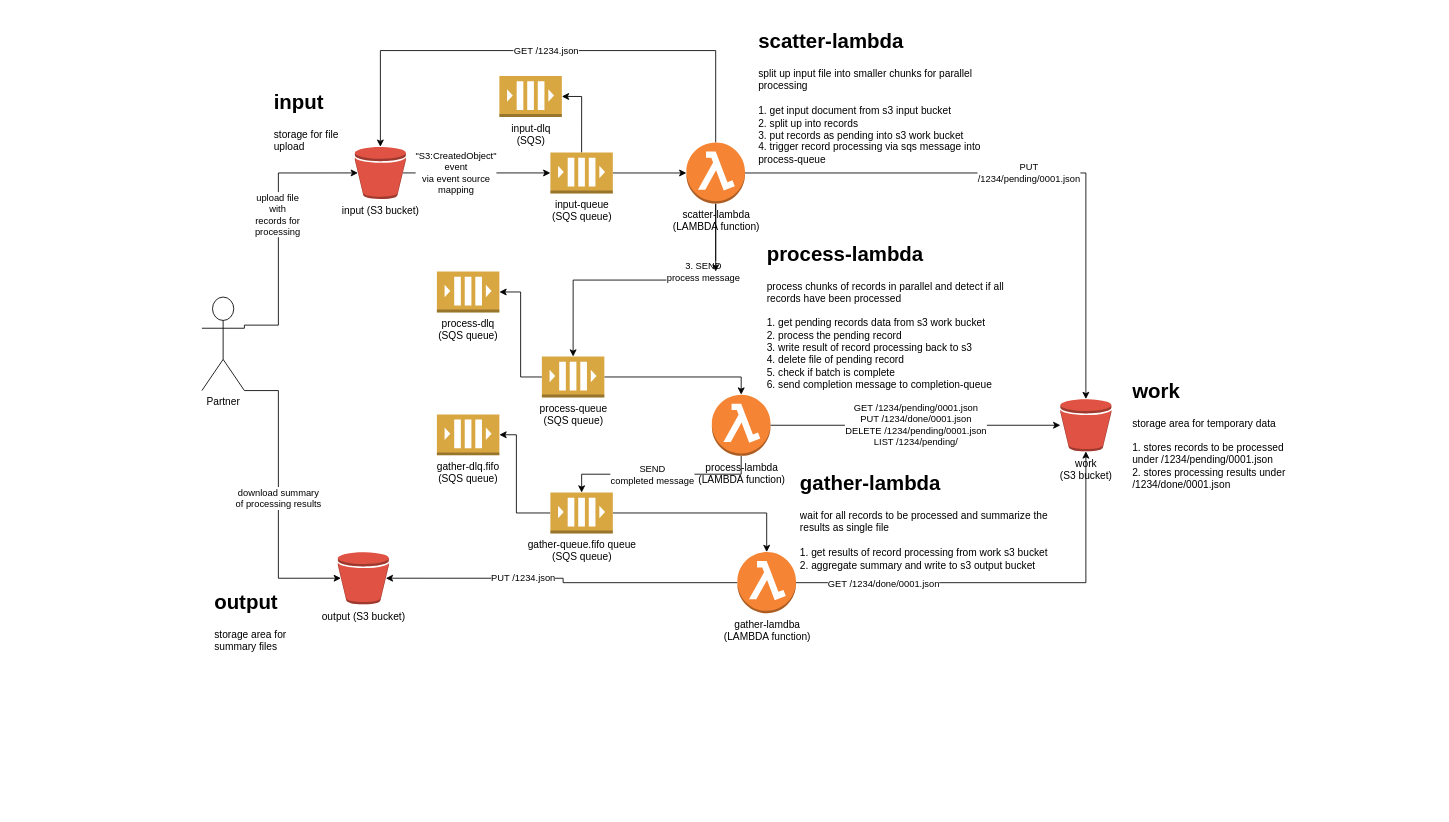
This is doc/s3-sqs-lambda-overview.drawio from cbuschka/aws-scatter-gather, a draw.io file, before an edit. Source tidied: cells renumbered, new cells numbered last; positions are measured from the earlier drawing's top-left corner, leaving out a move shared by most shapes. Both pictures are drawn from the tidied source at 85%, with x=0, y=0 at pixel (201, 25).
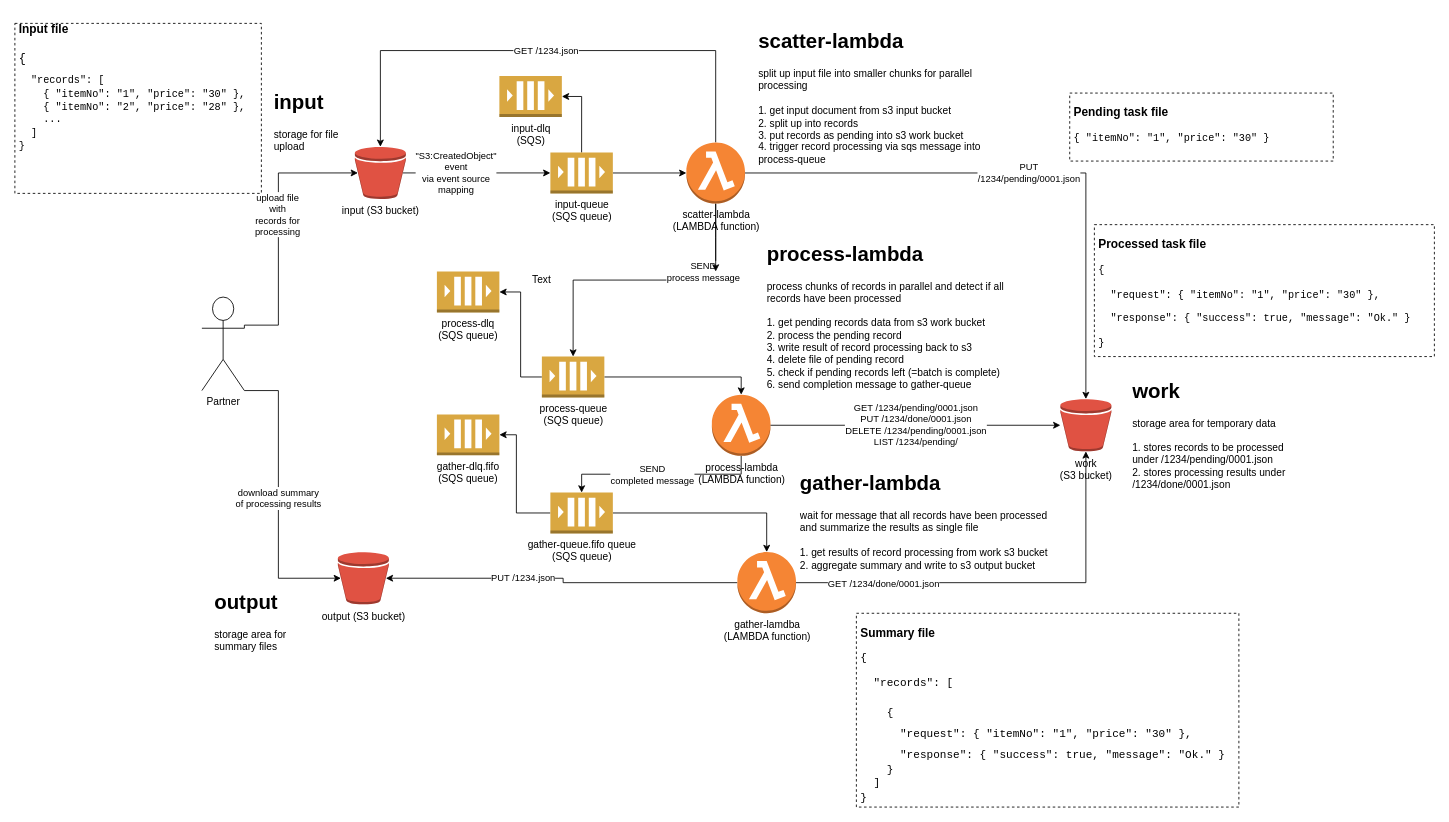
The same diagram, later.

Commit message (it also covers changes not shown here):
Added example data to overview.

The change refers to these unchanged cells:
```xml
<mxCell id="19" style="edgeStyle=orthogonalEdgeStyle;rounded=0;jettySize=auto;html=1;exitX=0.5;exitY=1;exitDx=0;exitDy=0;exitPerimeter=0;entryX=0.5;entryY=0;entryDx=0;entryDy=0;entryPerimeter=0;" parent="1" edge="1" source="23" target="17">
  <mxGeometry relative="1" as="geometry" />
</mxCell>
```

The edit, as a diff of the source:
```diff
@@
-    <mxCell id="20" value="3. SEND&lt;br&gt;process message" style="edgeLabel;html=1;align=center;verticalAlign=middle;" parent="19" vertex="1">
+    <mxCell id="20" value="SEND&lt;br&gt;process message" style="edgeLabel;html=1;align=center;verticalAlign=middle;" parent="19" vertex="1">
       <mxGeometry x="-0.54" y="-15" relative="1" as="geometry" />
     </mxCell>
@@
-    <mxCell id="38" value="&lt;h1&gt;process-lambda&lt;/h1&gt;&lt;div&gt;process chunks of records in parallel and detect if all records have been processed&lt;br&gt;&lt;br&gt;&lt;/div&gt;&lt;div&gt;1. get pending records data from s3 work bucket&lt;/div&gt;&lt;div&gt;2. process the pending record&lt;br&gt;3. write result of record processing back to s3&lt;br&gt;4. delete file of pending record&lt;br&gt;5. check if batch is complete&lt;br&gt;6. send completion message to completion-queue&lt;br&gt;&lt;/div&gt;" style="text;html=1;strokeColor=none;fillColor=none;spacing=5;spacingTop=-20;whiteSpace=wrap;overflow=hidden;rounded=0;" parent="1" vertex="1">
+    <mxCell id="38" value="&lt;h1&gt;process-lambda&lt;/h1&gt;&lt;div&gt;process chunks of records in parallel and detect if all records have been processed&lt;br&gt;&lt;br&gt;&lt;/div&gt;&lt;div&gt;1. get pending records data from s3 work bucket&lt;/div&gt;&lt;div&gt;2. process the pending record&lt;br&gt;3. write result of record processing back to s3&lt;br&gt;4. delete file of pending record&lt;br&gt;5. check if pending records left (=batch is complete)&lt;br&gt;6. send completion message to gather-queue&lt;br&gt;&lt;/div&gt;" style="text;html=1;strokeColor=none;fillColor=none;spacing=5;spacingTop=-20;whiteSpace=wrap;overflow=hidden;rounded=0;" parent="1" vertex="1">
       <mxGeometry x="660" y="250" width="310" height="190" as="geometry" />
     </mxCell>
-    <mxCell id="39" value="&lt;h1&gt;gather-lambda&lt;br&gt;&lt;/h1&gt;&lt;div&gt;wait for all records to be processed and summarize the results as single file&lt;/div&gt;&lt;div&gt;&lt;br&gt;&lt;/div&gt;&lt;div&gt;1. get results of record processing from work s3 bucket&lt;br&gt;2. aggregate summary and write to s3 output bucket&lt;/div&gt;" style="text;html=1;strokeColor=none;fillColor=none;spacing=5;spacingTop=-20;whiteSpace=wrap;overflow=hidden;rounded=0;" parent="1" vertex="1">
+    <mxCell id="39" value="&lt;h1&gt;gather-lambda&lt;br&gt;&lt;/h1&gt;&lt;div&gt;wait for message that all records have been processed and summarize the results as single file&lt;/div&gt;&lt;div&gt;&lt;br&gt;&lt;/div&gt;&lt;div&gt;1. get results of record processing from work s3 bucket&lt;br&gt;2. aggregate summary and write to s3 output bucket&lt;/div&gt;" style="text;html=1;strokeColor=none;fillColor=none;spacing=5;spacingTop=-20;whiteSpace=wrap;overflow=hidden;rounded=0;" parent="1" vertex="1">
       <mxGeometry x="699" y="520" width="301" height="152" as="geometry" />
     </mxCell>
     <mxCell id="40" value="&lt;h1&gt;work&lt;/h1&gt;&lt;div&gt;storage area for temporary data&lt;/div&gt;&lt;div&gt;&lt;br&gt;&lt;/div&gt;&lt;div&gt;1. stores records to be processed under /1234/pending/0001.json&lt;/div&gt;&lt;div&gt;&lt;span&gt;2. stores processing results under /1234/done/0001.json&lt;/span&gt;&lt;/div&gt;" style="text;html=1;strokeColor=none;fillColor=none;spacing=5;spacingTop=-20;whiteSpace=wrap;overflow=hidden;rounded=0;" parent="1" vertex="1">
-      <mxGeometry x="1090" y="410.8" width="210" height="149.2" as="geometry" />
+      <mxGeometry x="1090" y="410.8" width="210" height="169.2" as="geometry" />
     </mxCell>
@@
+    <mxCell id="43" value="Text" style="text;html=1;strokeColor=none;fillColor=none;align=center;verticalAlign=middle;whiteSpace=wrap;rounded=0;" parent="1" vertex="1">
+      <mxGeometry x="380" y="290" width="40" height="20" as="geometry" />
+    </mxCell>
+    <mxCell id="44" value="&lt;h1 style=&quot;font-size: 14px&quot;&gt;Input file&lt;br&gt;&lt;br&gt;&lt;span style=&quot;font-weight: normal&quot;&gt;&lt;font face=&quot;Courier New&quot;&gt;{&lt;/font&gt;&lt;/span&gt;&lt;/h1&gt;&lt;div&gt;&lt;font face=&quot;Courier New&quot;&gt;&amp;nbsp; &quot;records&quot;: [&lt;/font&gt;&lt;/div&gt;&lt;div&gt;&lt;font face=&quot;Courier New&quot;&gt;&amp;nbsp; &amp;nbsp; { &quot;itemNo&quot;: &quot;1&quot;, &quot;price&quot;: &quot;30&quot; },&lt;/font&gt;&lt;/div&gt;&lt;font face=&quot;Courier New&quot;&gt;&amp;nbsp; &amp;nbsp; { &quot;itemNo&quot;: &quot;2&quot;, &quot;price&quot;: &quot;28&quot; },&lt;br&gt;&amp;nbsp; &amp;nbsp; ...&lt;br&gt;&lt;/font&gt;&lt;div&gt;&lt;font face=&quot;Courier New&quot;&gt;&amp;nbsp; ]&lt;/font&gt;&lt;/div&gt;&lt;div&gt;&lt;font face=&quot;Courier New&quot;&gt;}&lt;/font&gt;&lt;/div&gt;" style="text;html=1;spacing=5;spacingTop=-20;whiteSpace=wrap;overflow=hidden;rounded=0;fillColor=#FFFFFF;strokeColor=#000000;dashed=1;" parent="1" vertex="1">
+      <mxGeometry x="-220" y="-2" width="290" height="200" as="geometry" />
+    </mxCell>
+    <mxCell id="45" style="edgeStyle=orthogonalEdgeStyle;rounded=0;orthogonalLoop=1;jettySize=auto;html=1;exitX=0.5;exitY=1;exitDx=0;exitDy=0;" parent="1" edge="1" source="44" target="44">
+      <mxGeometry relative="1" as="geometry" />
+    </mxCell>
+    <mxCell id="46" value="&lt;h1&gt;&lt;span style=&quot;font-size: 14px&quot;&gt;Pending task file&lt;/span&gt;&lt;br&gt;&lt;span style=&quot;font-weight: normal&quot;&gt;&lt;font face=&quot;Courier New&quot; style=&quot;font-size: 12px&quot;&gt;{ &quot;itemNo&quot;: &quot;1&quot;, &quot;price&quot;: &quot;30&quot; }&lt;/font&gt;&lt;/span&gt;&lt;/h1&gt;" style="text;html=1;spacing=5;spacingTop=-20;whiteSpace=wrap;overflow=hidden;rounded=0;fillColor=#FFFFFF;strokeColor=#000000;dashed=1;" parent="1" vertex="1">
+      <mxGeometry x="1021" y="80" width="310" height="80" as="geometry" />
+    </mxCell>
+    <mxCell id="47" value="&lt;h1&gt;&lt;font style=&quot;font-size: 14px&quot;&gt;Processed task file&lt;/font&gt;&lt;br style=&quot;font-size: 12px&quot;&gt;&lt;span style=&quot;font-weight: normal ; font-size: 12px&quot;&gt;&lt;font face=&quot;Courier New&quot; style=&quot;font-size: 12px&quot;&gt;{&lt;br&gt;&amp;nbsp; &quot;request&quot;: { &quot;itemNo&quot;: &quot;1&quot;, &quot;price&quot;: &quot;30&quot; },&amp;nbsp;&lt;br&gt;&amp;nbsp; &quot;response&quot;: { &quot;success&quot;: true, &quot;message&quot;: &quot;Ok.&quot; }&lt;br&gt;}&lt;/font&gt;&lt;/span&gt;&lt;/h1&gt;" style="text;html=1;spacing=5;spacingTop=-20;whiteSpace=wrap;overflow=hidden;rounded=0;fillColor=#FFFFFF;strokeColor=#000000;dashed=1;" parent="1" vertex="1">
+      <mxGeometry x="1050" y="234.8" width="400" height="155.2" as="geometry" />
+    </mxCell>
+    <mxCell id="48" value="&lt;h1&gt;&lt;font&gt;&lt;font style=&quot;font-size: 14px&quot;&gt;Summary file&lt;/font&gt;&lt;br&gt;&lt;font style=&quot;font-weight: normal ; font-size: 13px&quot; face=&quot;Courier New&quot;&gt;&lt;font style=&quot;font-size: 13px&quot;&gt;{&lt;br&gt;&amp;nbsp; &quot;records&quot;: [&lt;/font&gt;&lt;font style=&quot;font-size: 13px&quot;&gt;&amp;nbsp; &amp;nbsp;&amp;nbsp;&lt;/font&gt;&lt;/font&gt;&lt;font style=&quot;font-weight: normal ; font-size: 13px&quot;&gt;&amp;nbsp; &amp;nbsp; &amp;nbsp;&lt;font face=&quot;Courier New&quot; style=&quot;font-size: 13px&quot;&gt;&amp;nbsp;&lt;/font&gt;&lt;/font&gt;&lt;/font&gt;&lt;/h1&gt;&lt;div style=&quot;font-size: 13px&quot;&gt;&lt;font style=&quot;font-size: 13px&quot;&gt;&lt;font face=&quot;Courier New&quot; style=&quot;font-size: 13px&quot;&gt;&amp;nbsp; &amp;nbsp; {&lt;/font&gt;&lt;/font&gt;&lt;/div&gt;&lt;h1 style=&quot;font-size: 13px&quot;&gt;&lt;span style=&quot;font-weight: normal&quot;&gt;&lt;font style=&quot;font-size: 13px&quot;&gt;&lt;font style=&quot;font-size: 13px&quot;&gt;&lt;font face=&quot;Courier New&quot; style=&quot;font-size: 13px&quot;&gt;&amp;nbsp; &amp;nbsp; &amp;nbsp; &quot;request&quot;: { &quot;itemNo&quot;: &quot;1&quot;, &quot;price&quot;: &quot;30&quot; },&amp;nbsp;&lt;/font&gt;&lt;/font&gt;&lt;font style=&quot;font-size: 13px&quot; face=&quot;Courier New&quot;&gt;&lt;font style=&quot;font-size: 13px&quot;&gt;&lt;br&gt;&lt;/font&gt;&lt;/font&gt;&lt;/font&gt;&lt;/span&gt;&lt;/h1&gt;&lt;h1 style=&quot;font-size: 13px&quot;&gt;&lt;font style=&quot;font-weight: normal ; font-size: 13px&quot; face=&quot;Courier New&quot;&gt;&amp;nbsp; &amp;nbsp; &amp;nbsp; &quot;response&quot;: { &quot;success&quot;: true, &quot;message&quot;: &quot;Ok.&quot; }&lt;br&gt;&amp;nbsp; &amp;nbsp; }&lt;br&gt;&amp;nbsp; ]&lt;br&gt;}&lt;/font&gt;&lt;/h1&gt;" style="text;html=1;spacing=5;spacingTop=-20;whiteSpace=wrap;overflow=hidden;rounded=0;fillColor=#FFFFFF;strokeColor=#000000;dashed=1;align=left;" parent="1" vertex="1">
+      <mxGeometry x="770" y="692" width="450" height="228" as="geometry" />
+    </mxCell>
```
